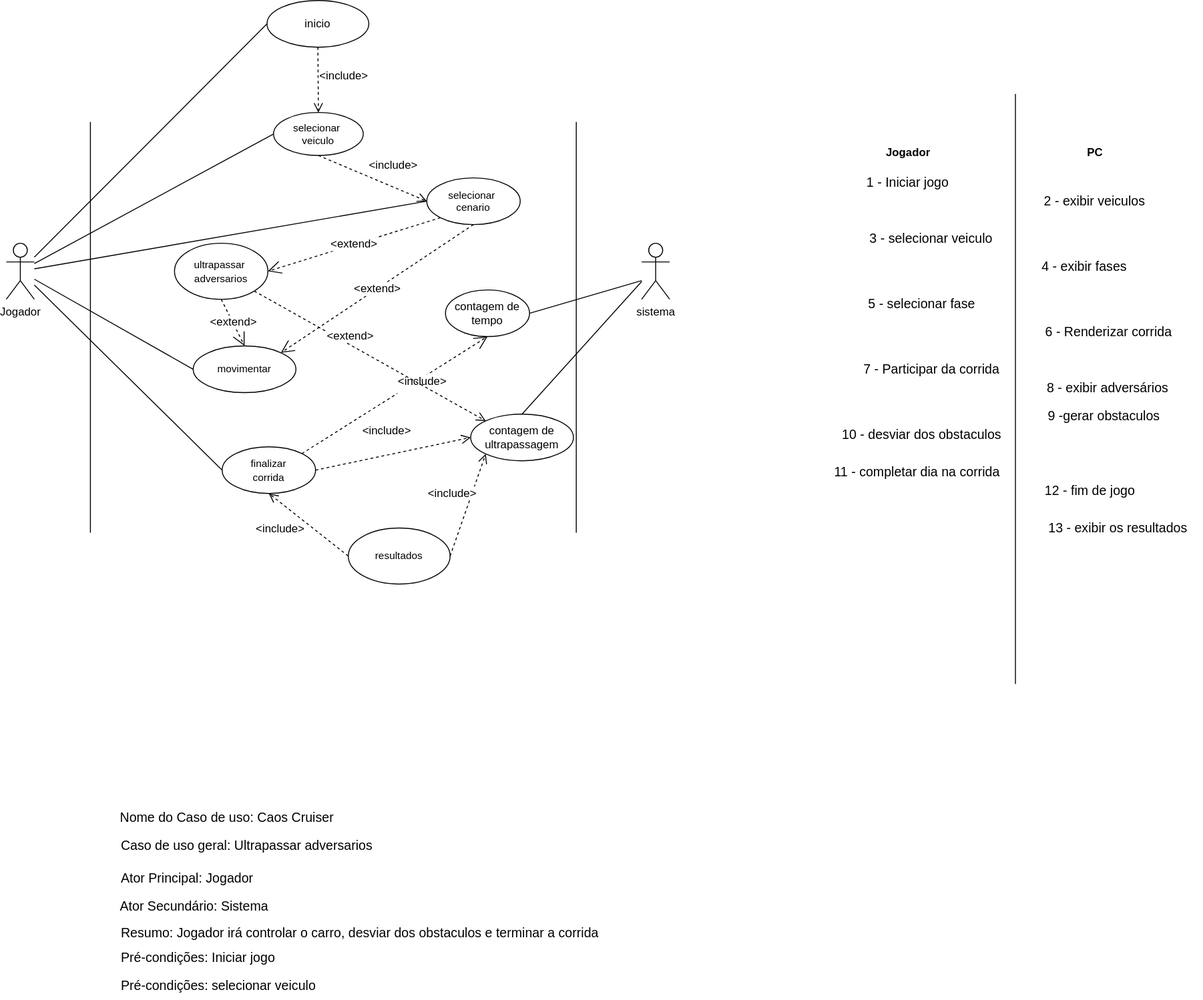
The draw.io diagram diagrama caso de uso Enduro.drawio.svg in YosagiGames/CaosCruiser, before a commit. Source tidied: cells renumbered, new cells last; positions are measured from the earlier drawing's top-left corner, leaving out a move shared by most shapes.
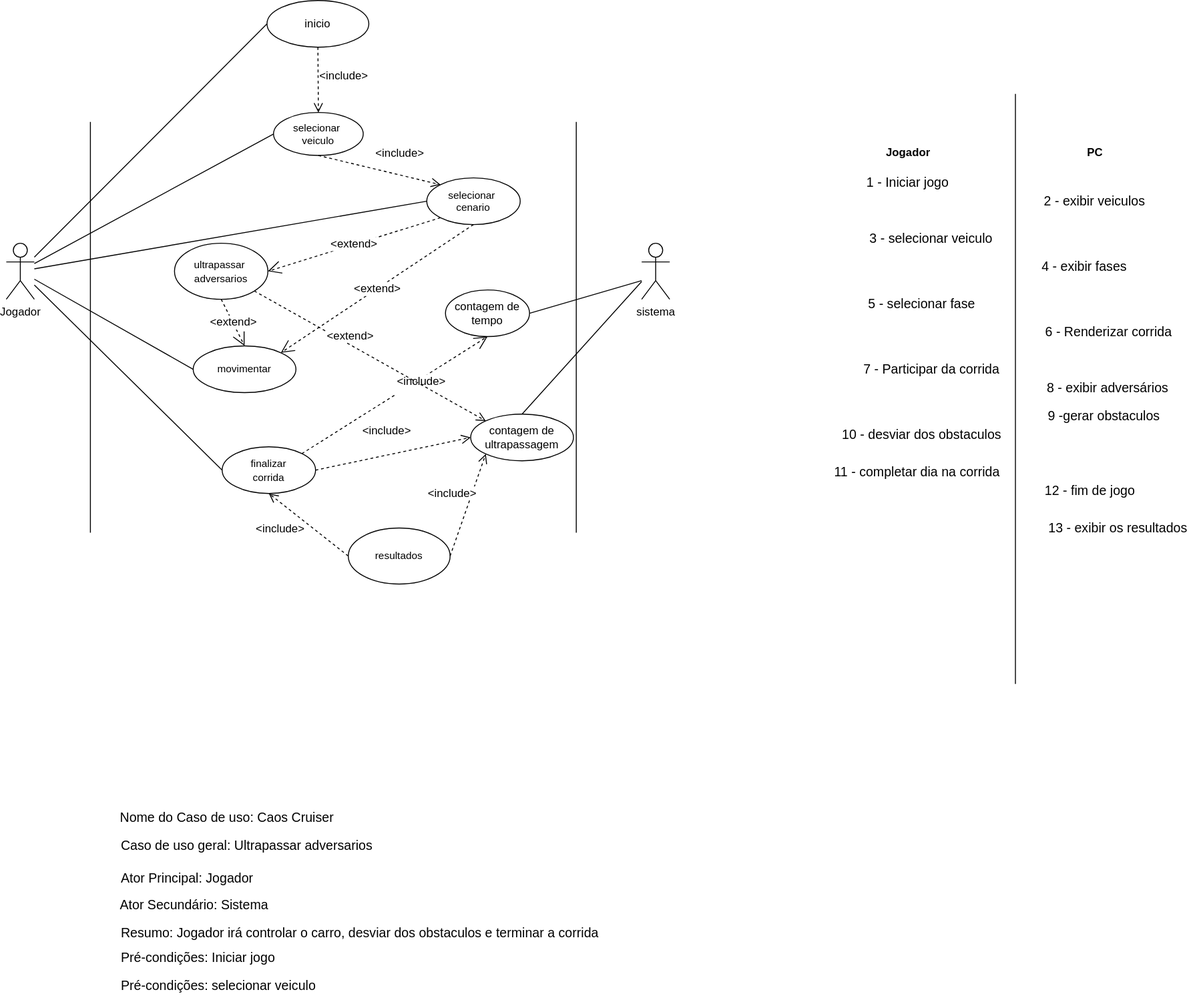
Above is the later version.

The edit, as a diff of the source:
```diff
@@ -50,7 +50,7 @@
     <mxCell id="15" value="&lt;font style=&quot;font-size: 12px;&quot;&gt;&amp;lt;include&amp;gt;&lt;/font&gt;" style="html=1;verticalAlign=bottom;endArrow=open;dashed=1;endSize=8;curved=0;rounded=0;exitX=0.5;exitY=1;exitDx=0;exitDy=0;" parent="1" edge="1" source="6" target="7">
       <mxGeometry x="0.16" y="27" relative="1" as="geometry" />
     </mxCell>
-    <mxCell id="16" value="&lt;font style=&quot;font-size: 12px;&quot;&gt;&amp;lt;include&amp;gt;&lt;/font&gt;" style="html=1;verticalAlign=bottom;endArrow=open;dashed=1;endSize=8;curved=0;rounded=0;exitX=0.5;exitY=1;exitDx=0;exitDy=0;entryX=0;entryY=0.5;entryDx=0;entryDy=0;" parent="1" edge="1" source="7" target="8">
+    <mxCell id="16" value="&lt;font style=&quot;font-size: 12px;&quot;&gt;&amp;lt;include&amp;gt;&lt;/font&gt;" style="html=1;verticalAlign=bottom;endArrow=open;dashed=1;endSize=8;curved=0;rounded=0;exitX=0.5;exitY=1;exitDx=0;exitDy=0;entryX=0;entryY=0;entryDx=0;entryDy=0;" parent="1" edge="1" source="7" target="8">
       <mxGeometry x="0.28" y="13" relative="1" as="geometry" />
     </mxCell>
     <mxCell id="17" value="&lt;span style=&quot;font-size: 12px;&quot;&gt;&amp;lt;include&amp;gt;&lt;/span&gt;&lt;div&gt;&lt;span style=&quot;font-size: 12px;&quot;&gt;&lt;br&gt;&lt;/span&gt;&lt;/div&gt;" style="html=1;verticalAlign=bottom;endArrow=open;dashed=1;endSize=8;curved=0;rounded=0;entryX=0.5;entryY=1;entryDx=0;entryDy=0;exitX=0;exitY=0.5;exitDx=0;exitDy=0;" parent="1" edge="1" source="10" target="9">
```
